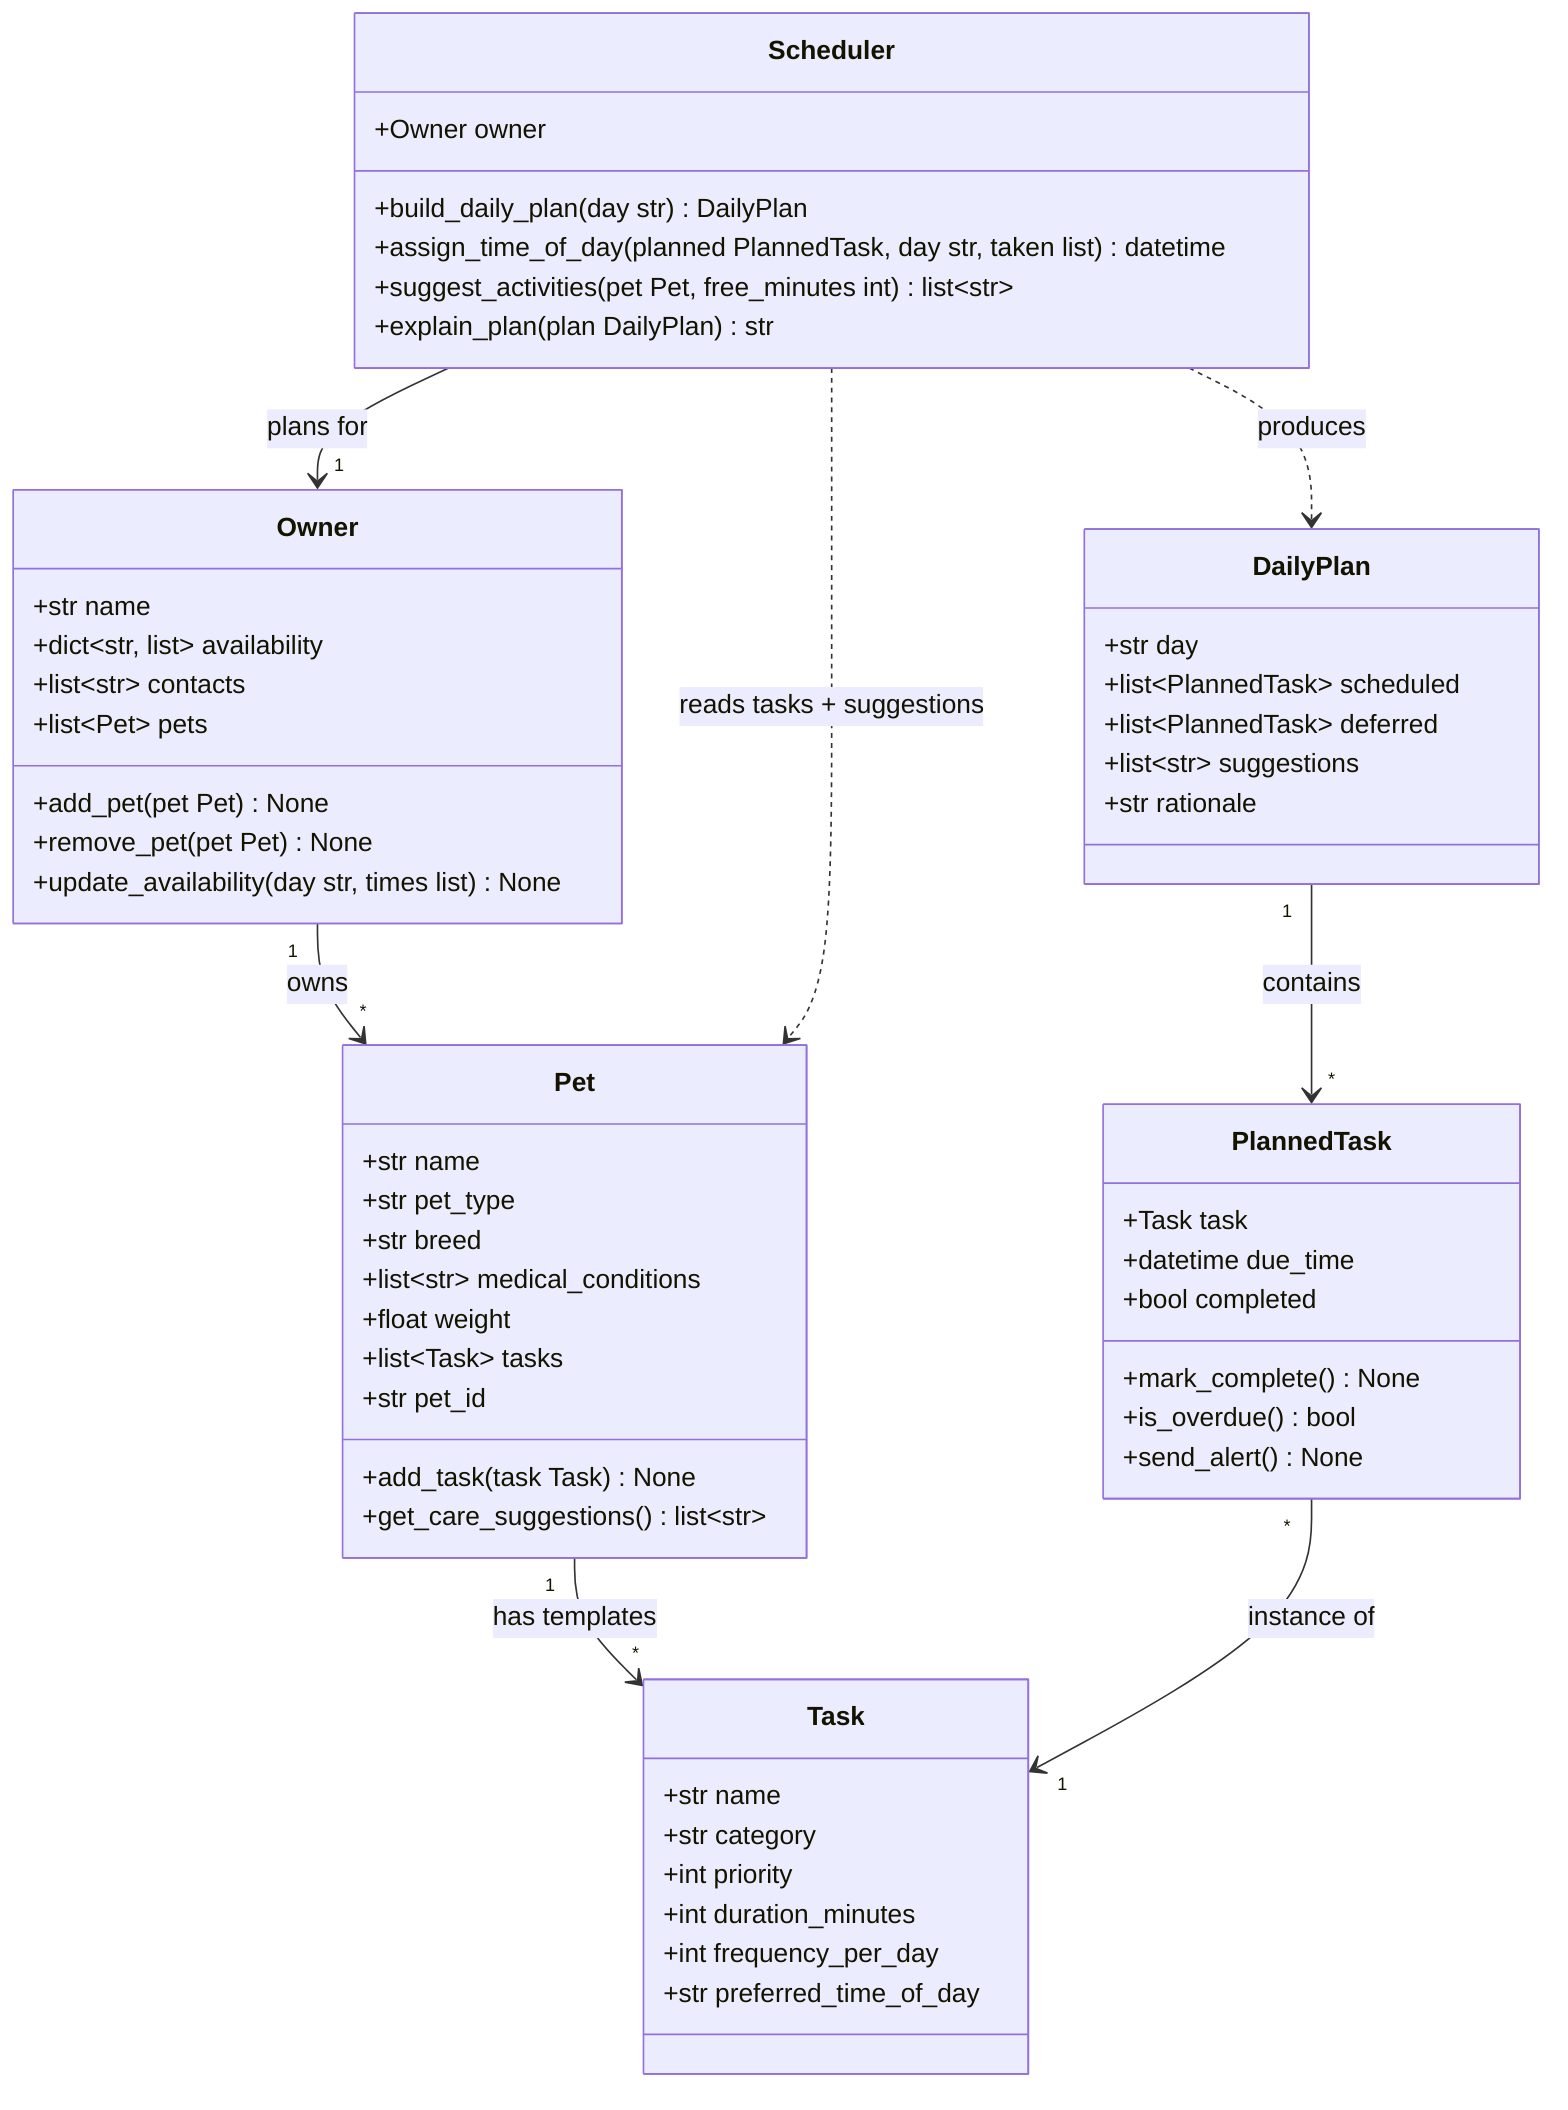
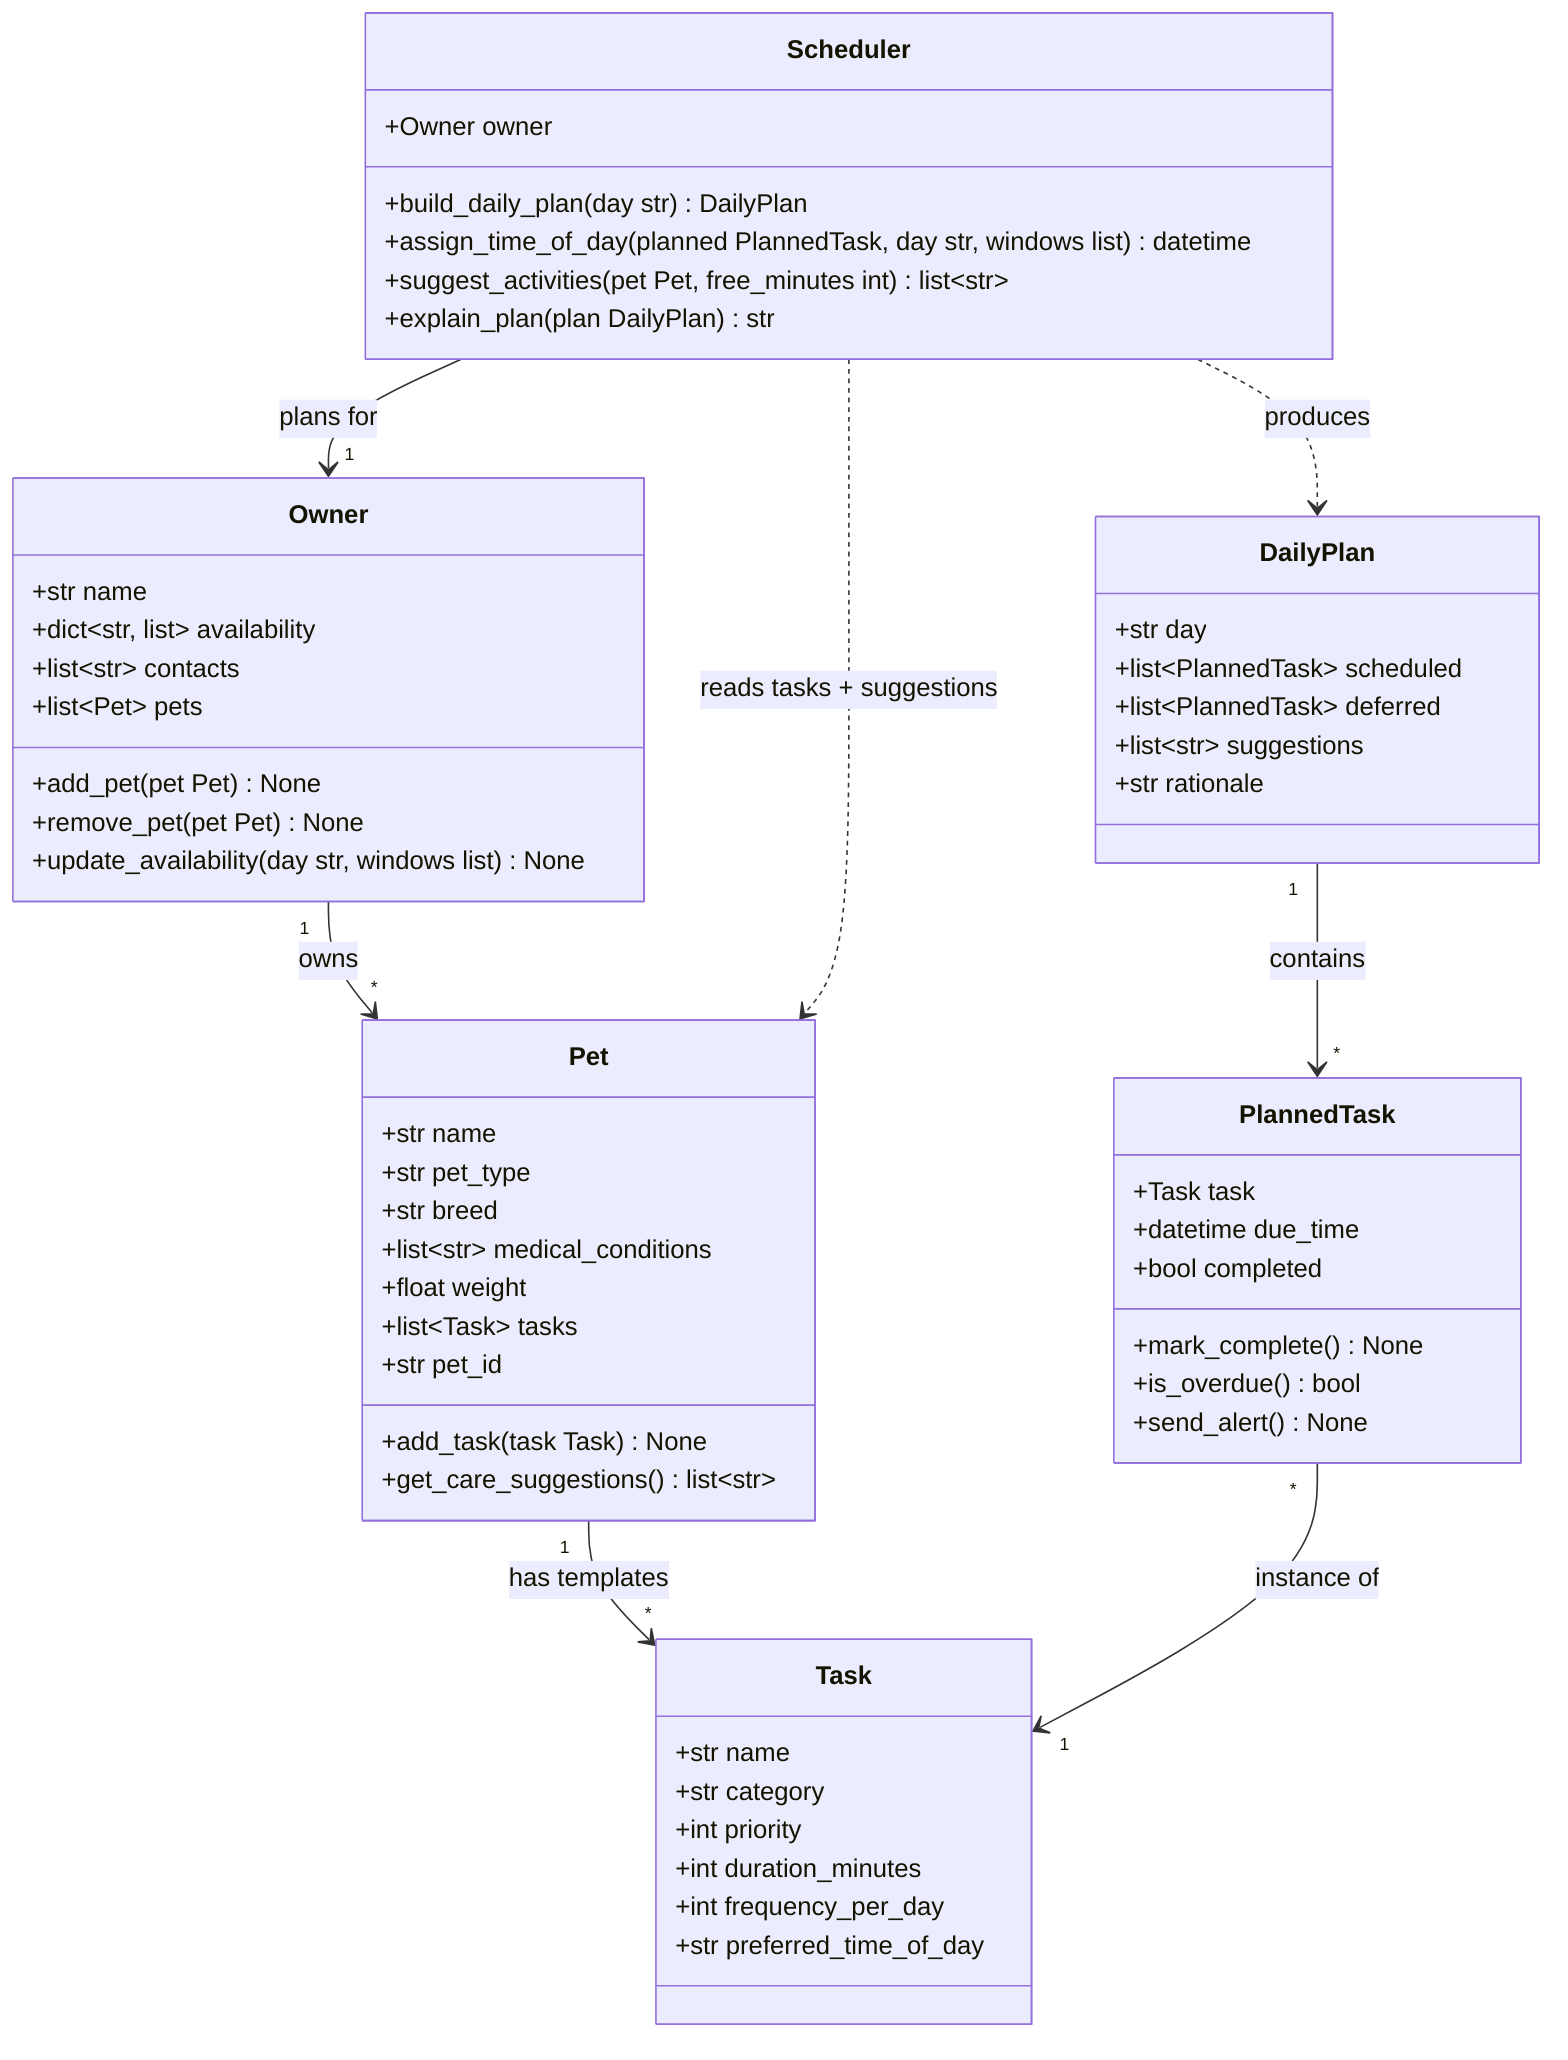
classDiagram
    class Owner {
        +str name
        +dict~str, list~ availability
        +list~str~ contacts
        +list~Pet~ pets
        +add_pet(pet Pet) None
        +remove_pet(pet Pet) None
-         +update_availability(day str, times list) None
+         +update_availability(day str, windows list) None
    }

    class Pet {
        +str name
        +str pet_type
        +str breed
        +list~str~ medical_conditions
        +float weight
        +list~Task~ tasks
        +str pet_id
        +add_task(task Task) None
        +get_care_suggestions() list~str~
    }

    class Task {
        +str name
        +str category
        +int priority
        +int duration_minutes
        +int frequency_per_day
        +str preferred_time_of_day
    }

    class PlannedTask {
        +Task task
        +datetime due_time
        +bool completed
        +mark_complete() None
        +is_overdue() bool
        +send_alert() None
    }

    class DailyPlan {
        +str day
        +list~PlannedTask~ scheduled
        +list~PlannedTask~ deferred
        +list~str~ suggestions
        +str rationale
    }

    class Scheduler {
        +Owner owner
        +build_daily_plan(day str) DailyPlan
-         +assign_time_of_day(planned PlannedTask, day str, taken list) datetime
+         +assign_time_of_day(planned PlannedTask, day str, windows list) datetime
        +suggest_activities(pet Pet, free_minutes int) list~str~
        +explain_plan(plan DailyPlan) str
    }

    Owner "1" --> "*" Pet : owns
    Pet "1" --> "*" Task : has templates
    PlannedTask "*" --> "1" Task : instance of
    Scheduler "1" --> "1" Owner : plans for
    Scheduler ..> Pet : reads tasks + suggestions
    Scheduler ..> DailyPlan : produces
    DailyPlan "1" --> "*" PlannedTask : contains
